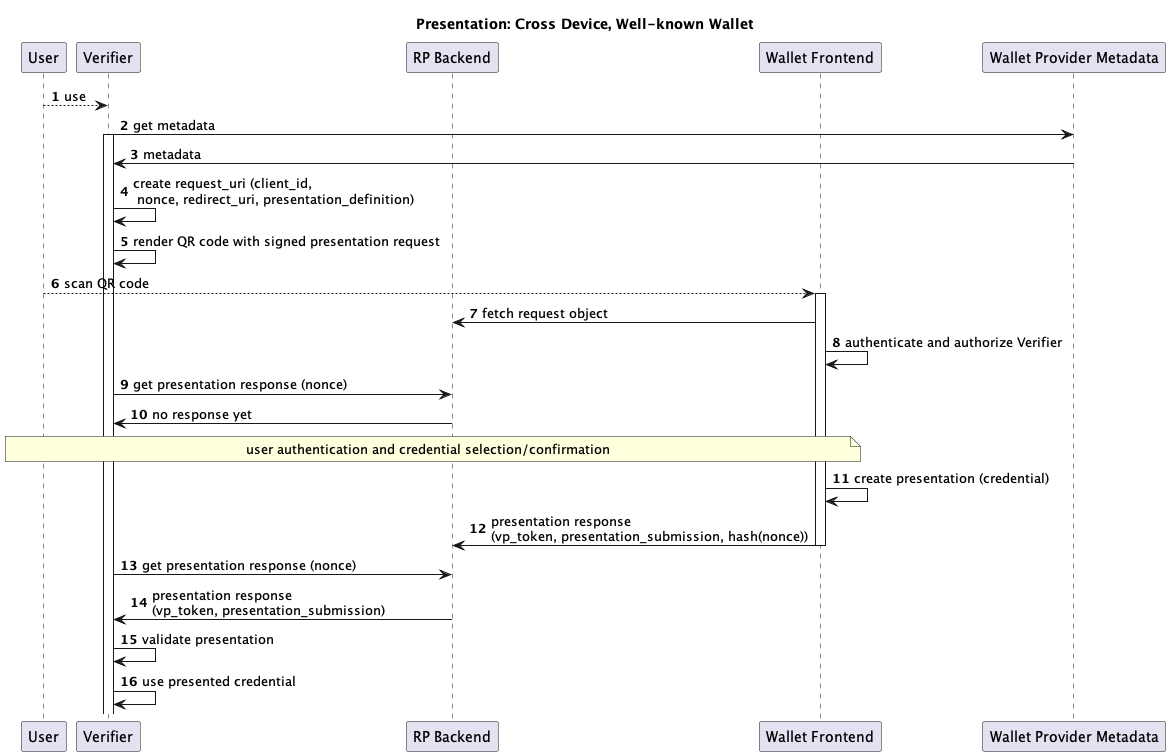
Before: out/openid-4-verifiable-presentations/diagrams/presentation_cross_device/presentation_cross_device.png, a diagram exported from PlantUML (openid/connect). Source of this version:
```plantuml
@startuml

autonumber

title "Presentation: Cross Device, Well-known Wallet"

participant User as u

participant "Verifier" as r

participant "RP Backend" as rb

participant "Wallet Frontend" as w

participant "Wallet Provider Metadata" as b

u --> r : use

r -> b: get metadata
activate r
b -> r: metadata

r -> r: create request_uri (client_id,\n nonce, redirect_uri, presentation_definition)
r -> r: render QR code with signed presentation request

u --> w: scan QR code
activate w
w -> rb: fetch request object
w -> w: authenticate and authorize Verifier

r -> rb : get presentation response (nonce)
rb -> r : no response yet

note over u, w: user authentication and credential selection/confirmation

w -> w: create presentation (credential)
w -> rb: presentation response \n(vp_token, presentation_submission, hash(nonce))
deactivate w
r -> rb: get presentation response (nonce)
rb -> r: presentation response \n(vp_token, presentation_submission)
r -> r: validate presentation
r -> r: use presented credential
@enduml
```
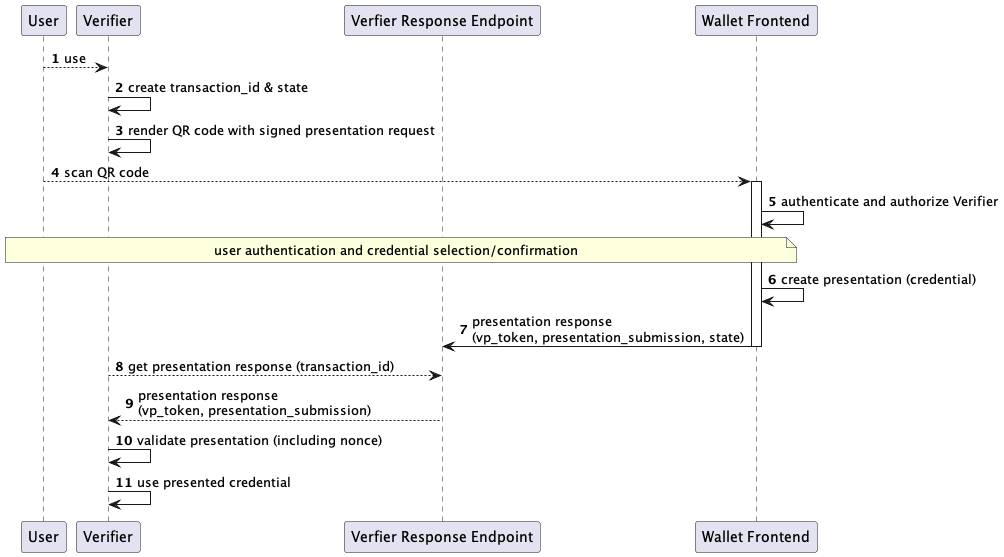
The same diagram one commit later.

Diff of the diagram source:
```diff
@@ -1,43 +1,31 @@
 @startuml
 
 autonumber
-
-title "Presentation: Cross Device, Well-known Wallet"
 
 participant User as u
 
 participant "Verifier" as r
 
-participant "RP Backend" as rb
+participant "Verfier Response Endpoint" as rb
 
 participant "Wallet Frontend" as w
 
-participant "Wallet Provider Metadata" as b
-
 u --> r : use
 
-r -> b: get metadata
-activate r
-b -> r: metadata
-
-r -> r: create request_uri (client_id,\n nonce, redirect_uri, presentation_definition)
+r -> r: create transaction_id & state
 r -> r: render QR code with signed presentation request
 
 u --> w: scan QR code
 activate w
-w -> rb: fetch request object
 w -> w: authenticate and authorize Verifier
-
-r -> rb : get presentation response (nonce)
-rb -> r : no response yet
 
 note over u, w: user authentication and credential selection/confirmation
 
 w -> w: create presentation (credential)
-w -> rb: presentation response \n(vp_token, presentation_submission, hash(nonce))
+w -> rb: presentation response \n(vp_token, presentation_submission, state)
 deactivate w
-r -> rb: get presentation response (nonce)
-rb -> r: presentation response \n(vp_token, presentation_submission)
-r -> r: validate presentation
+r --> rb: get presentation response (transaction_id)
+rb --> r: presentation response \n(vp_token, presentation_submission)
+r -> r: validate presentation (including nonce)
 r -> r: use presented credential
 @enduml
```
